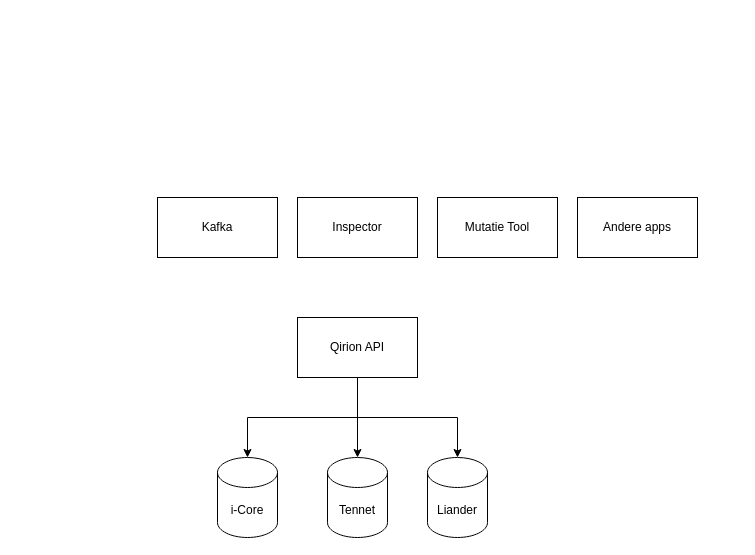
Earlier version of the draw.io diagram page "Page-1" (1 of 5) of staticWeb/Untitled Diagram.drawio (eleemans/react2022). Source tidied: cells renumbered, new cells numbered last; positions are measured from the earlier drawing's top-left corner, leaving out a move shared by most shapes. Both pictures are drawn from the tidied source at 100%, with x=0, y=0 at pixel (157, 197).
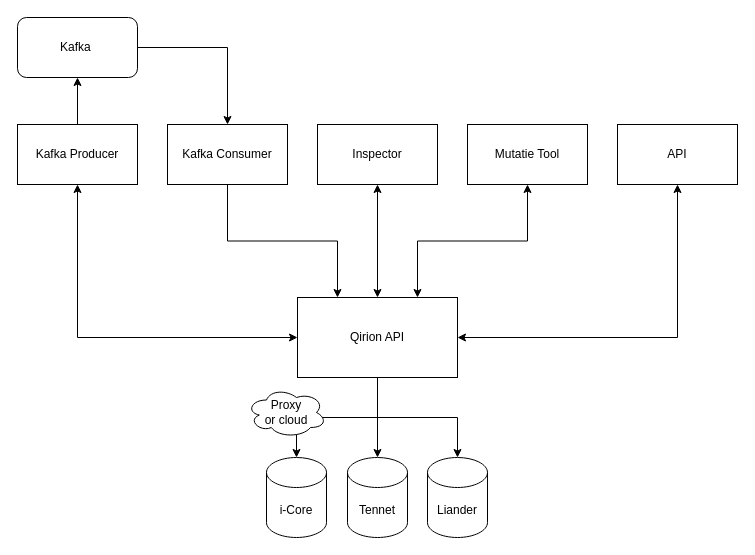
The same page after the edit.

Diff of the diagram source:
```diff
@@
     <mxCell id="5" value="Qirion API" style="rounded=0;whiteSpace=wrap;html=1;" parent="1" vertex="1">
-      <mxGeometry x="140" y="120" width="120" height="60" as="geometry" />
+      <mxGeometry x="140" y="100" width="160" height="80" as="geometry" />
     </mxCell>
     <mxCell id="6" value="i-Core" style="shape=cylinder3;whiteSpace=wrap;html=1;boundedLbl=1;backgroundOutline=1;size=15;" parent="1" vertex="1">
-      <mxGeometry x="60" y="260" width="60" height="80" as="geometry" />
+      <mxGeometry x="109" y="260" width="60" height="80" as="geometry" />
     </mxCell>
     <mxCell id="7" value="Tennet" style="shape=cylinder3;whiteSpace=wrap;html=1;boundedLbl=1;backgroundOutline=1;size=15;" parent="1" vertex="1">
-      <mxGeometry x="170" y="260" width="60" height="80" as="geometry" />
+      <mxGeometry x="190" y="260" width="60" height="80" as="geometry" />
     </mxCell>
@@
+    <mxCell id="13" style="edgeStyle=orthogonalEdgeStyle;rounded=0;jettySize=auto;html=1;exitX=0.5;exitY=1;exitDx=0;exitDy=0;entryX=0.25;entryY=0;entryDx=0;entryDy=0;startArrow=none;startFill=0;" parent="1" edge="1" source="9" target="5">
+      <mxGeometry relative="1" as="geometry" />
+    </mxCell>
-    <mxCell id="9" value="Kafka" style="rounded=0;whiteSpace=wrap;html=1;" parent="1" vertex="1">
-      <mxGeometry width="120" height="60" as="geometry" />
+    <mxCell id="9" value="Kafka Consumer" style="rounded=0;whiteSpace=wrap;html=1;" parent="1" vertex="1">
+      <mxGeometry x="10" y="-73" width="120" height="60" as="geometry" />
     </mxCell>
     <mxCell id="10" value="Inspector" style="rounded=0;whiteSpace=wrap;html=1;" parent="1" vertex="1">
-      <mxGeometry x="140" width="120" height="60" as="geometry" />
+      <mxGeometry x="160" y="-73" width="120" height="60" as="geometry" />
     </mxCell>
+    <mxCell id="14" style="edgeStyle=orthogonalEdgeStyle;rounded=0;jettySize=auto;html=1;exitX=0.5;exitY=1;exitDx=0;exitDy=0;startArrow=classic;startFill=1;entryX=0.75;entryY=0;entryDx=0;entryDy=0;" parent="1" edge="1" source="11" target="5">
+      <mxGeometry relative="1" as="geometry" />
+    </mxCell>
     <mxCell id="11" value="Mutatie Tool" style="rounded=0;whiteSpace=wrap;html=1;" parent="1" vertex="1">
-      <mxGeometry x="280" width="120" height="60" as="geometry" />
+      <mxGeometry x="310" y="-73" width="120" height="60" as="geometry" />
     </mxCell>
+    <mxCell id="15" style="edgeStyle=orthogonalEdgeStyle;rounded=0;jettySize=auto;html=1;exitX=0.5;exitY=1;exitDx=0;exitDy=0;entryX=1;entryY=0.5;entryDx=0;entryDy=0;startArrow=classic;startFill=1;" parent="1" edge="1" source="12" target="5">
+      <mxGeometry relative="1" as="geometry" />
+    </mxCell>
-    <mxCell id="12" value="Andere apps" style="rounded=0;whiteSpace=wrap;html=1;" parent="1" vertex="1">
-      <mxGeometry x="420" width="120" height="60" as="geometry" />
+    <mxCell id="12" value="API" style="rounded=0;whiteSpace=wrap;html=1;" parent="1" vertex="1">
+      <mxGeometry x="460" y="-73" width="120" height="60" as="geometry" />
     </mxCell>
+    <mxCell id="16" value="Proxy &lt;br&gt;or cloud" style="ellipse;shape=cloud;whiteSpace=wrap;html=1;" parent="1" vertex="1">
+      <mxGeometry x="89" y="190" width="80" height="50" as="geometry" />
+    </mxCell>
+    <mxCell id="17" style="edgeStyle=orthogonalEdgeStyle;rounded=0;jettySize=auto;html=1;exitX=0.5;exitY=1;exitDx=0;exitDy=0;entryX=0;entryY=0.5;entryDx=0;entryDy=0;startArrow=classic;startFill=1;" parent="1" edge="1" source="19" target="5">
+      <mxGeometry relative="1" as="geometry" />
+    </mxCell>
+    <mxCell id="18" style="edgeStyle=orthogonalEdgeStyle;rounded=0;jettySize=auto;html=1;exitX=0.5;exitY=0;exitDx=0;exitDy=0;entryX=0.5;entryY=1;entryDx=0;entryDy=0;startArrow=none;startFill=0;" parent="1" edge="1" source="19" target="22">
+      <mxGeometry relative="1" as="geometry" />
+    </mxCell>
+    <mxCell id="19" value="Kafka Producer" style="rounded=0;whiteSpace=wrap;html=1;" parent="1" vertex="1">
+      <mxGeometry x="-140" y="-73" width="120" height="60" as="geometry" />
+    </mxCell>
+    <mxCell id="20" style="endArrow=classic;startArrow=classic;html=1;rounded=0;entryX=0.5;entryY=1;entryDx=0;entryDy=0;" parent="1" edge="1" source="5" target="10">
+      <mxGeometry relative="1" as="geometry" />
+    </mxCell>
+    <mxCell id="21" style="edgeStyle=orthogonalEdgeStyle;rounded=0;jettySize=auto;html=1;exitX=1;exitY=0.5;exitDx=0;exitDy=0;entryX=0.5;entryY=0;entryDx=0;entryDy=0;startArrow=none;startFill=0;" parent="1" edge="1" source="22" target="9">
+      <mxGeometry relative="1" as="geometry" />
+    </mxCell>
+    <mxCell id="22" value="Kafka&amp;nbsp;" style="rounded=1;whiteSpace=wrap;html=1;" parent="1" vertex="1">
+      <mxGeometry x="-140" y="-180" width="120" height="60" as="geometry" />
+    </mxCell>
```
